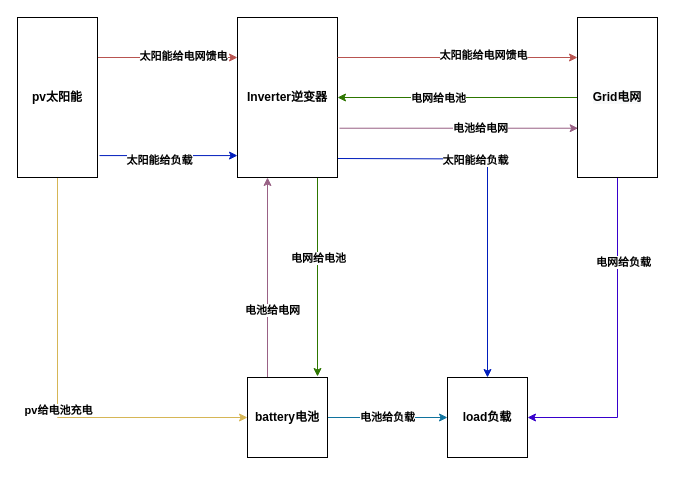
This is 电能流向图.drawio from 18829388150/hello-world, a draw.io file, before an edit. Source tidied: cells renumbered, new cells numbered last; positions are measured from the earlier drawing's top-left corner, leaving out a move shared by most shapes. Both pictures are drawn from the tidied source at 100%, with x=0, y=0 at pixel (17, 17).
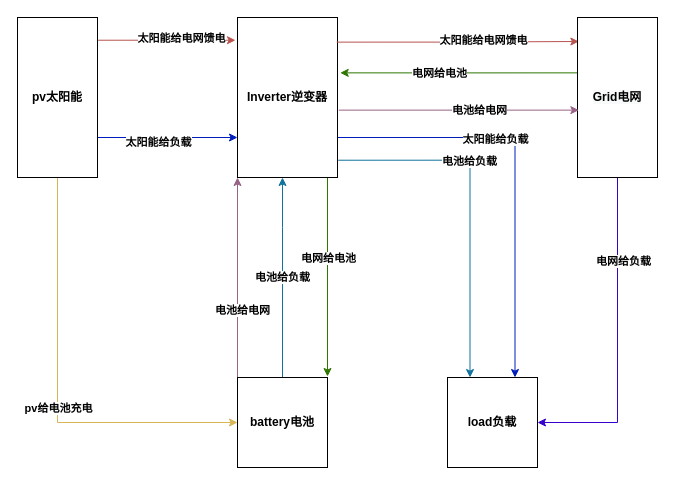
The same diagram, later.

Commit message:
Update 电能流向图.drawio

The change refers to these unchanged cells:
```xml
<mxCell id="13" value="&lt;span&gt;Inverter逆变器&lt;/span&gt;" style="rounded=0;whiteSpace=wrap;html=1;fontStyle=1;" parent="1" vertex="1">
  <mxGeometry x="220" width="100" height="160" as="geometry" />
</mxCell>
<mxCell id="20" value="&lt;span&gt;pv太阳能&lt;/span&gt;" style="rounded=0;whiteSpace=wrap;html=1;fontStyle=1;" parent="1" vertex="1">
  <mxGeometry width="80" height="160" as="geometry" />
</mxCell>
<mxCell id="25" value="&#10;&#10;&lt;span style=&quot;color: rgb(0, 0, 0); font-family: helvetica; font-size: 12px; font-style: normal; letter-spacing: normal; text-align: center; text-indent: 0px; text-transform: none; word-spacing: 0px; background-color: rgb(248, 249, 250); display: inline; float: none;&quot;&gt;Grid电网&lt;/span&gt;&#10;&#10;" style="rounded=0;whiteSpace=wrap;html=1;fontStyle=1;" parent="1" vertex="1">
  <mxGeometry x="560" width="80" height="160" as="geometry" />
</mxCell>
```

What changed in the source:
```diff
@@
-    <mxCell id="2" style="edgeStyle=orthogonalEdgeStyle;rounded=0;jettySize=auto;html=1;entryX=0;entryY=0.25;entryDx=0;entryDy=0;fillColor=#f8cecc;strokeColor=#b85450;exitX=1;exitY=0.25;exitDx=0;exitDy=0;fontStyle=1;" parent="1" edge="1" source="20" target="13">
+    <mxCell id="2" style="edgeStyle=orthogonalEdgeStyle;rounded=0;jettySize=auto;html=1;entryX=-0.02;entryY=0.142;entryDx=0;entryDy=0;fillColor=#f8cecc;strokeColor=#b85450;exitX=1.008;exitY=0.142;exitDx=0;exitDy=0;fontStyle=1;exitPerimeter=0;entryPerimeter=0;" parent="1" edge="1" source="20" target="13">
       <mxGeometry relative="1" as="geometry" />
     </mxCell>
@@
-    <mxCell id="4" style="edgeStyle=orthogonalEdgeStyle;rounded=0;jettySize=auto;html=1;exitX=0.25;exitY=0;exitDx=0;exitDy=0;fillColor=#e6d0de;strokeColor=#996185;gradientColor=#d5739d;fontStyle=1;" parent="1" edge="1" source="7">
-      <mxGeometry relative="1" as="geometry">
-        <mxPoint x="250" y="160" as="targetPoint" />
-      </mxGeometry>
+    <mxCell id="4" style="edgeStyle=orthogonalEdgeStyle;rounded=0;jettySize=auto;html=1;exitX=0;exitY=0;exitDx=0;exitDy=0;fillColor=#e6d0de;strokeColor=#996185;gradientColor=#d5739d;fontStyle=1;entryX=0;entryY=1;entryDx=0;entryDy=0;" parent="1" edge="1" source="7" target="13">
+      <mxGeometry relative="1" as="geometry" />
     </mxCell>
@@
-    <mxCell id="6" value="电池给负载" style="edgeStyle=orthogonalEdgeStyle;rounded=0;jettySize=auto;html=1;entryX=0;entryY=0.5;entryDx=0;entryDy=0;fontStyle=1;fillColor=#b1ddf0;strokeColor=#10739e;" parent="1" edge="1" source="7" target="8">
-      <mxGeometry relative="1" as="geometry" />
+    <mxCell id="6" value="电池给负载" style="edgeStyle=orthogonalEdgeStyle;rounded=0;jettySize=auto;html=1;fontStyle=1;fillColor=#b1ddf0;strokeColor=#10739e;exitX=0.5;exitY=0;exitDx=0;exitDy=0;" parent="1" edge="1" source="7">
+      <mxGeometry relative="1" as="geometry">
+        <mxPoint x="265" y="160" as="targetPoint" />
+        <Array as="points">
+          <mxPoint x="265" y="210" />
+          <mxPoint x="265" y="210" />
+        </Array>
+      </mxGeometry>
     </mxCell>
     <mxCell id="7" value="battery电池" style="whiteSpace=wrap;html=1;fontStyle=1;" parent="1" vertex="1">
-      <mxGeometry x="230" y="360" width="80" height="80" as="geometry" />
+      <mxGeometry x="220" y="360" width="90" height="90" as="geometry" />
     </mxCell>
     <mxCell id="8" value="load负载" style="whiteSpace=wrap;html=1;fontStyle=1;" parent="1" vertex="1">
-      <mxGeometry x="430" y="360" width="80" height="80" as="geometry" />
+      <mxGeometry x="430" y="360" width="90" height="90" as="geometry" />
     </mxCell>
-    <mxCell id="9" style="edgeStyle=orthogonalEdgeStyle;rounded=0;jettySize=auto;html=1;entryX=0.5;entryY=0;entryDx=0;entryDy=0;fillColor=#0050ef;strokeColor=#001DBC;fontStyle=1;" parent="1" edge="1" target="8">
-      <mxGeometry relative="1" as="geometry">
-        <mxPoint x="320" y="141" as="sourcePoint" />
-      </mxGeometry>
+    <mxCell id="9" style="edgeStyle=orthogonalEdgeStyle;rounded=0;jettySize=auto;html=1;entryX=0.75;entryY=0;entryDx=0;entryDy=0;fillColor=#0050ef;strokeColor=#001DBC;fontStyle=1;exitX=1;exitY=0.75;exitDx=0;exitDy=0;" parent="1" edge="1" source="13" target="8">
+      <mxGeometry relative="1" as="geometry" />
     </mxCell>
@@
     <mxCell id="11" style="edgeStyle=orthogonalEdgeStyle;rounded=0;orthogonalLoop=1;jettySize=auto;html=1;fillColor=#60a917;strokeColor=#2D7600;fontStyle=1;" parent="1" edge="1">
       <mxGeometry relative="1" as="geometry">
-        <mxPoint x="300" y="160" as="sourcePoint" />
-        <mxPoint x="300" y="359" as="targetPoint" />
+        <mxPoint x="310" y="160" as="sourcePoint" />
+        <mxPoint x="310" y="359" as="targetPoint" />
       </mxGeometry>
     </mxCell>
@@
-    <mxCell id="14" style="edgeStyle=orthogonalEdgeStyle;rounded=0;jettySize=auto;html=1;entryX=0;entryY=0.25;entryDx=0;entryDy=0;fillColor=#f8cecc;strokeColor=#b85450;exitX=1;exitY=0.25;exitDx=0;exitDy=0;fontStyle=1;" parent="1" edge="1" source="13" target="25">
+    <mxCell id="14" style="edgeStyle=orthogonalEdgeStyle;rounded=0;jettySize=auto;html=1;entryX=0.017;entryY=0.15;entryDx=0;entryDy=0;fillColor=#f8cecc;strokeColor=#b85450;exitX=0.993;exitY=0.154;exitDx=0;exitDy=0;fontStyle=1;exitPerimeter=0;entryPerimeter=0;" parent="1" edge="1" source="13" target="25">
       <mxGeometry relative="1" as="geometry" />
     </mxCell>
@@
-    <mxCell id="16" style="endArrow=classic;html=1;exitX=1.025;exitY=0.863;exitDx=0;exitDy=0;entryX=0;entryY=0.863;entryDx=0;entryDy=0;fillColor=#0050ef;strokeColor=#001DBC;exitPerimeter=0;entryPerimeter=0;fontStyle=1;" parent="1" edge="1" source="20" target="13">
+    <mxCell id="16" style="endArrow=classic;html=1;entryX=0;entryY=0.75;entryDx=0;entryDy=0;fillColor=#0050ef;strokeColor=#001DBC;fontStyle=1;exitX=1;exitY=0.75;exitDx=0;exitDy=0;" parent="1" edge="1" source="20" target="13">
       <mxGeometry relative="1" as="geometry" />
     </mxCell>
@@
-    <mxCell id="21" style="edgeStyle=orthogonalEdgeStyle;rounded=0;jettySize=auto;html=1;entryX=1;entryY=0.5;entryDx=0;entryDy=0;fillColor=#60a917;strokeColor=#2D7600;fontStyle=1;" parent="1" edge="1" source="25" target="13">
+    <mxCell id="21" style="edgeStyle=orthogonalEdgeStyle;rounded=0;jettySize=auto;html=1;entryX=1.027;entryY=0.346;entryDx=0;entryDy=0;fillColor=#60a917;strokeColor=#2D7600;fontStyle=1;exitX=0;exitY=0.346;exitDx=0;exitDy=0;exitPerimeter=0;entryPerimeter=0;" parent="1" edge="1" source="25" target="13">
       <mxGeometry relative="1" as="geometry" />
     </mxCell>
@@
-    <mxCell id="26" style="edgeStyle=orthogonalEdgeStyle;rounded=0;jettySize=auto;html=1;entryX=0.008;entryY=0.692;entryDx=0;entryDy=0;fillColor=#e6d0de;strokeColor=#996185;exitX=1.02;exitY=0.692;exitDx=0;exitDy=0;gradientColor=#d5739d;exitPerimeter=0;entryPerimeter=0;fontStyle=1;" parent="1" edge="1" source="13" target="25">
+    <mxCell id="26" style="edgeStyle=orthogonalEdgeStyle;rounded=0;jettySize=auto;html=1;entryX=0.017;entryY=0.579;entryDx=0;entryDy=0;fillColor=#e6d0de;strokeColor=#996185;exitX=1.013;exitY=0.579;exitDx=0;exitDy=0;gradientColor=#d5739d;exitPerimeter=0;entryPerimeter=0;fontStyle=1;" parent="1" edge="1" source="13" target="25">
       <mxGeometry relative="1" as="geometry" />
     </mxCell>
@@
+    <mxCell id="28" style="edgeStyle=orthogonalEdgeStyle;rounded=0;jettySize=auto;html=1;entryX=0.25;entryY=0;entryDx=0;entryDy=0;fillColor=#b1ddf0;strokeColor=#10739e;fontStyle=1;exitX=1.007;exitY=0.892;exitDx=0;exitDy=0;exitPerimeter=0;" parent="1" edge="1" source="13" target="8">
+      <mxGeometry relative="1" as="geometry" />
+    </mxCell>
+    <mxCell id="29" value="电池给负载" style="edgeLabel;html=1;align=center;verticalAlign=middle;fontStyle=1;" parent="28" vertex="1">
+      <mxGeometry x="-0.25" y="-1" relative="1" as="geometry" />
+    </mxCell>
```
